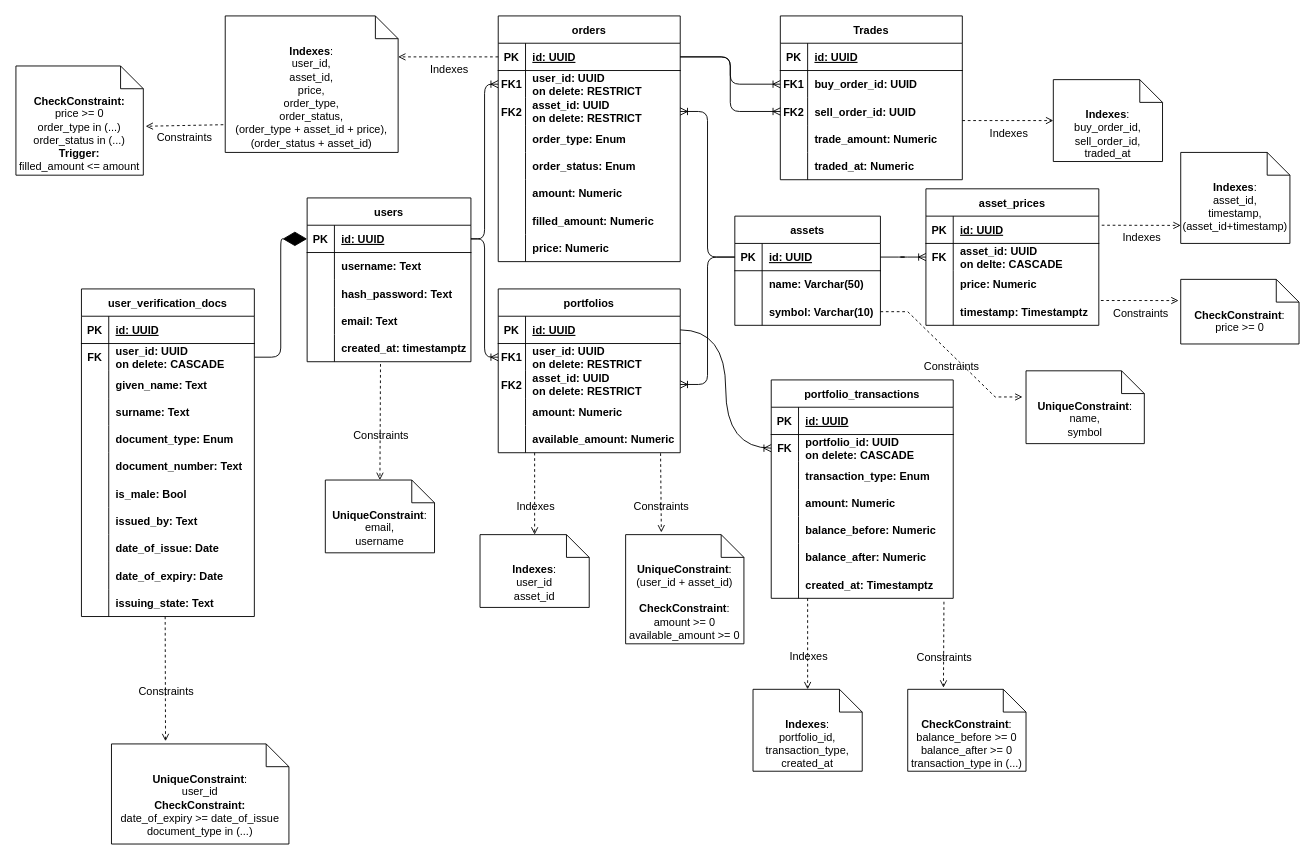
anonim767bn/stock_exchange_db_report keeps this draw.io diagram as stock_exchange.drawio. Above is the earlier version. Source tidied: cells renumbered, new cells numbered last; positions are measured from the earlier drawing's top-left corner, leaving out a move shared by most shapes. Both pictures are drawn from the tidied source at 91%, with x=0, y=0 at pixel (15, 15).
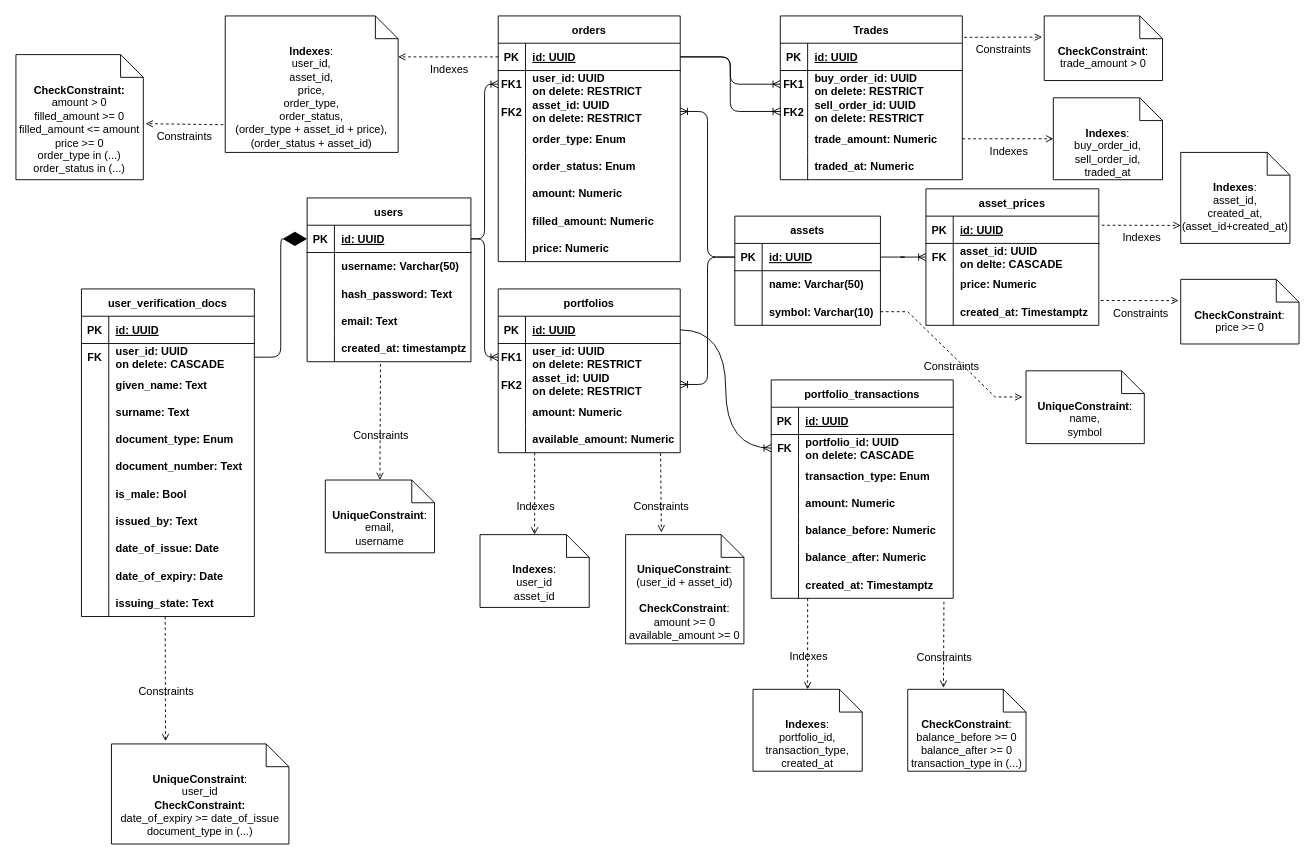
The same diagram, later.

Unchanged cells that the change refers to:
```xml
<mxCell id="6" style="shape=tableRow;horizontal=0;startSize=0;swimlaneHead=0;swimlaneBody=0;fillColor=none;top=0;left=0;right=0;bottom=0;" parent="2" vertex="1">
  <mxGeometry y="60" width="180" height="30" as="geometry" />
</mxCell>
<mxCell id="112" style="shape=tableRow;horizontal=0;startSize=0;swimlaneHead=0;swimlaneBody=0;fillColor=none;points=[[0,0.5],[1,0.5]];portConstraint=eastwest;top=0;left=0;right=0;bottom=0;" parent="102" vertex="1">
  <mxGeometry y="120" width="190" height="30" as="geometry" />
</mxCell>
<mxCell id="155" style="shape=tableRow;horizontal=0;startSize=0;swimlaneHead=0;swimlaneBody=0;fillColor=none;points=[[0,0.5],[1,0.5]];portConstraint=eastwest;top=0;left=0;right=0;bottom=0;" parent="151" vertex="1">
  <mxGeometry y="60" width="200" height="30" as="geometry" />
</mxCell>
<mxCell id="158" style="shape=tableRow;horizontal=0;startSize=0;swimlaneHead=0;swimlaneBody=0;fillColor=none;points=[[0,0.5],[1,0.5]];portConstraint=eastwest;top=0;left=0;right=0;bottom=0;" parent="151" vertex="1">
  <mxGeometry y="90" width="200" height="30" as="geometry" />
</mxCell>
<mxCell id="161" style="shape=tableRow;horizontal=0;startSize=0;swimlaneHead=0;swimlaneBody=0;fillColor=none;points=[[0,0.5],[1,0.5]];portConstraint=eastwest;top=0;left=0;right=0;bottom=0;" parent="151" vertex="1">
  <mxGeometry y="120" width="200" height="30" as="geometry" />
</mxCell>
```

Diff of the diagram source:
```diff
@@
-    <mxCell id="8" value="username: Text" style="shape=partialRectangle;fillColor=none;top=0;left=0;bottom=0;right=0;align=left;spacingLeft=6;overflow=hidden;fontStyle=1;" parent="6" vertex="1">
+    <mxCell id="8" value="username: Varchar(50)" style="shape=partialRectangle;fillColor=none;top=0;left=0;bottom=0;right=0;align=left;spacingLeft=6;overflow=hidden;fontStyle=1;" parent="6" vertex="1">
       <mxGeometry x="30" width="150" height="30" as="geometry" />
     </mxCell>
@@
-    <mxCell id="114" value="timestamp: Timestamptz" style="shape=partialRectangle;fillColor=none;top=0;left=0;bottom=0;right=0;align=left;spacingLeft=6;overflow=hidden;fontStyle=1;" parent="112" vertex="1">
+    <mxCell id="114" value="created_at: Timestamptz" style="shape=partialRectangle;fillColor=none;top=0;left=0;bottom=0;right=0;align=left;spacingLeft=6;overflow=hidden;fontStyle=1;" parent="112" vertex="1">
       <mxGeometry x="30" width="160" height="30" as="geometry" />
     </mxCell>
@@
-    <mxCell id="157" value="buy_order_id: UUID" style="shape=partialRectangle;fillColor=none;top=0;left=0;bottom=0;right=0;align=left;spacingLeft=6;overflow=hidden;fontStyle=1;" parent="155" vertex="1">
+    <mxCell id="157" value="buy_order_id: UUID&#10;on delete: RESTRICT" style="shape=partialRectangle;fillColor=none;top=0;left=0;bottom=0;right=0;align=left;spacingLeft=6;overflow=hidden;fontStyle=1;" parent="155" vertex="1">
       <mxGeometry x="30" width="170" height="30" as="geometry" />
     </mxCell>
@@
-    <mxCell id="160" value="sell_order_id: UUID" style="shape=partialRectangle;fillColor=none;top=0;left=0;bottom=0;right=0;align=left;spacingLeft=6;overflow=hidden;fontStyle=1;" parent="158" vertex="1">
+    <mxCell id="160" value="sell_order_id: UUID&#10;on delete: RESTRICT" style="shape=partialRectangle;fillColor=none;top=0;left=0;bottom=0;right=0;align=left;spacingLeft=6;overflow=hidden;fontStyle=1;" parent="158" vertex="1">
       <mxGeometry x="30" width="170" height="30" as="geometry" />
     </mxCell>
@@
-    <mxCell id="174" value="&lt;b&gt;Indexes&lt;/b&gt;:&lt;div&gt;asset_id,&lt;/div&gt;&lt;div&gt;timestamp,&lt;/div&gt;&lt;div&gt;(asset_id+timestamp)&lt;/div&gt;" style="shape=note2;boundedLbl=1;whiteSpace=wrap;html=1;size=25;verticalAlign=top;align=center;" parent="1" vertex="1">
+    <mxCell id="174" value="&lt;b&gt;Indexes&lt;/b&gt;:&lt;div&gt;asset_id,&lt;/div&gt;&lt;div&gt;created_at,&lt;/div&gt;&lt;div&gt;(asset_id+created_at)&lt;/div&gt;" style="shape=note2;boundedLbl=1;whiteSpace=wrap;html=1;size=25;verticalAlign=top;align=center;" parent="1" vertex="1">
       <mxGeometry x="1280" y="150" width="120" height="100" as="geometry" />
     </mxCell>
     <mxCell id="175" value="&lt;b&gt;Indexes&lt;/b&gt;:&lt;div&gt;buy_order_id,&lt;/div&gt;&lt;div&gt;sell_order_id,&lt;/div&gt;&lt;div&gt;traded_at&lt;/div&gt;" style="shape=note2;boundedLbl=1;whiteSpace=wrap;html=1;size=25;verticalAlign=top;align=center;" parent="1" vertex="1">
-      <mxGeometry x="1140" y="70" width="120" height="90" as="geometry" />
+      <mxGeometry x="1140" y="90" width="120" height="90" as="geometry" />
     </mxCell>
-    <mxCell id="176" style="endArrow=open;html=1;rounded=0;align=center;verticalAlign=bottom;dashed=1;endFill=0;labelBackgroundColor=none;entryX=0;entryY=0.5;entryDx=0;entryDy=0;entryPerimeter=0;" parent="1" edge="1" target="175">
-      <mxGeometry relative="1" as="geometry">
-        <mxPoint x="1040" y="115" as="sourcePoint" />
-      </mxGeometry>
+    <mxCell id="176" style="endArrow=open;html=1;rounded=0;align=center;verticalAlign=bottom;dashed=1;endFill=0;labelBackgroundColor=none;entryX=0;entryY=0.5;entryDx=0;entryDy=0;entryPerimeter=0;exitX=1;exitY=0.5;exitDx=0;exitDy=0;" parent="1" edge="1" source="161" target="175">
+      <mxGeometry relative="1" as="geometry" />
     </mxCell>
@@
-    <mxCell id="195" value="&lt;div&gt;&lt;b&gt;CheckConstraint:&lt;/b&gt;&lt;/div&gt;&lt;div&gt;price &amp;gt;= 0&lt;/div&gt;&lt;div&gt;order_type in (...)&lt;/div&gt;&lt;div&gt;order_status in (...)&lt;/div&gt;&lt;div&gt;&lt;b&gt;Trigger:&lt;/b&gt;&lt;/div&gt;&lt;div&gt;filled_amount &amp;lt;= amount&lt;/div&gt;" style="shape=note2;boundedLbl=1;whiteSpace=wrap;html=1;size=25;verticalAlign=top;align=center;" parent="1" vertex="1">
-      <mxGeometry y="55" width="140" height="120" as="geometry" />
+    <mxCell id="195" value="&lt;div&gt;&lt;b&gt;CheckConstraint:&lt;/b&gt;&lt;/div&gt;&lt;div&gt;amount &amp;gt; 0&lt;/div&gt;&lt;div&gt;filled_amount &amp;gt;= 0&lt;/div&gt;&lt;div&gt;filled_amount &amp;lt;= amount&lt;/div&gt;&lt;div&gt;price &amp;gt;= 0&lt;/div&gt;&lt;div&gt;order_type in (...)&lt;/div&gt;&lt;div&gt;order_status in (...)&lt;/div&gt;&lt;div&gt;&lt;br&gt;&lt;/div&gt;" style="shape=note2;boundedLbl=1;whiteSpace=wrap;html=1;size=25;verticalAlign=top;align=center;" parent="1" vertex="1">
+      <mxGeometry y="42.5" width="140" height="137.5" as="geometry" />
     </mxCell>
@@
+    <mxCell id="199" style="endArrow=open;html=1;rounded=0;align=center;verticalAlign=bottom;dashed=1;endFill=0;labelBackgroundColor=none;exitX=1.012;exitY=0.091;exitDx=0;exitDy=0;entryX=-0.018;entryY=0.328;entryDx=0;entryDy=0;entryPerimeter=0;exitPerimeter=0;" parent="1" edge="1" target="201">
+      <mxGeometry relative="1" as="geometry">
+        <mxPoint x="1042" y="23.5" as="sourcePoint" />
+      </mxGeometry>
+    </mxCell>
+    <mxCell id="200" value="Constraints" style="html=1;align=center;verticalAlign=top;labelBackgroundColor=none;" parent="199" vertex="1">
+      <mxGeometry relative="1" as="geometry" />
+    </mxCell>
+    <mxCell id="201" value="&lt;div&gt;&lt;b&gt;CheckConstraint&lt;/b&gt;:&lt;/div&gt;&lt;div&gt;trade_amount &amp;gt; 0&lt;/div&gt;" style="shape=note2;boundedLbl=1;whiteSpace=wrap;html=1;size=25;verticalAlign=top;align=center;" parent="1" vertex="1">
+      <mxGeometry x="1130" width="130" height="71" as="geometry" />
+    </mxCell>
```
